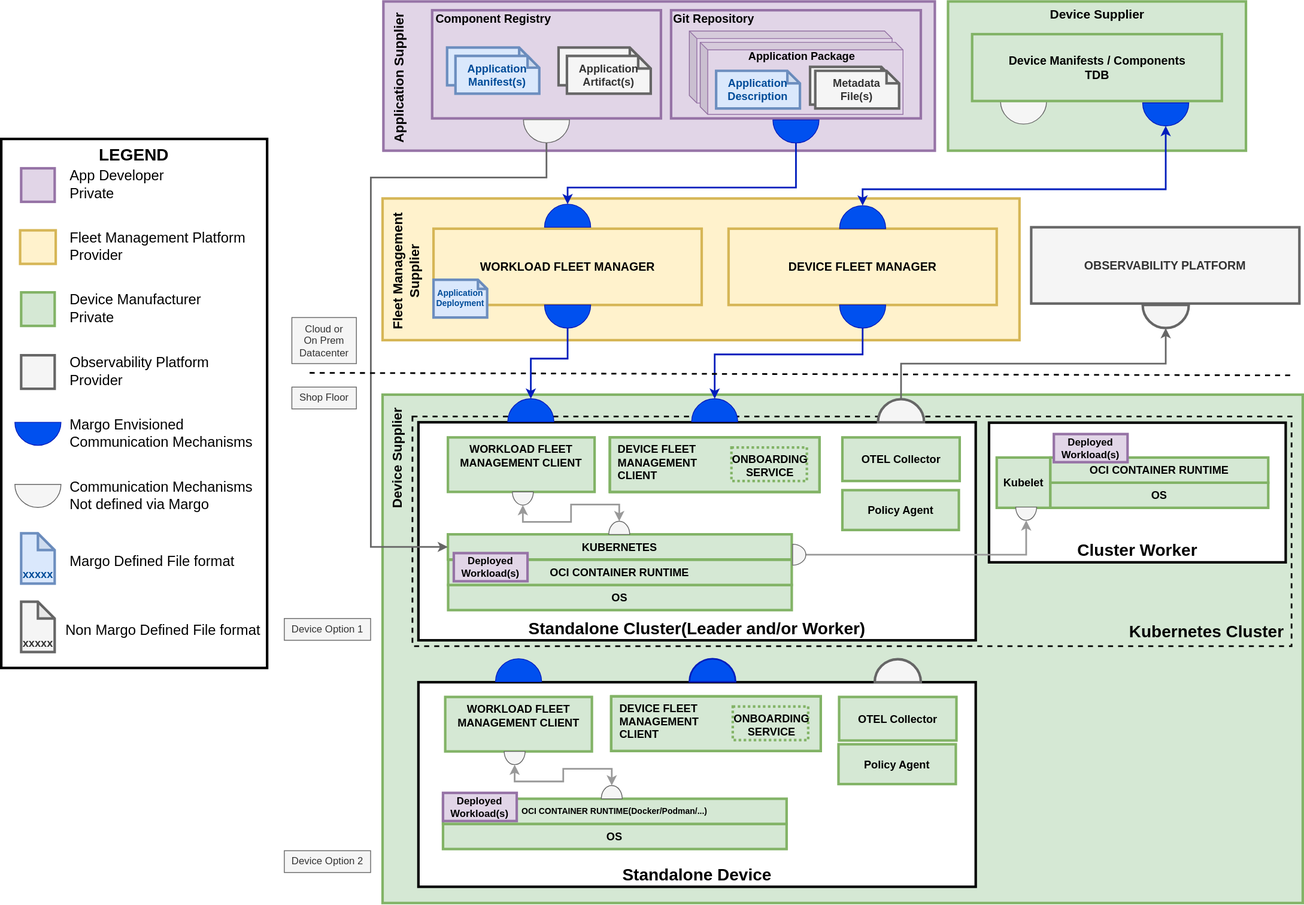
Earlier version of the draw.io export system-design/figures/System-design.drawio.svg (margo/general_website_content). Source tidied: cells renumbered, new cells last; positions are measured from the earlier drawing's top-left corner, leaving out a move shared by most shapes.
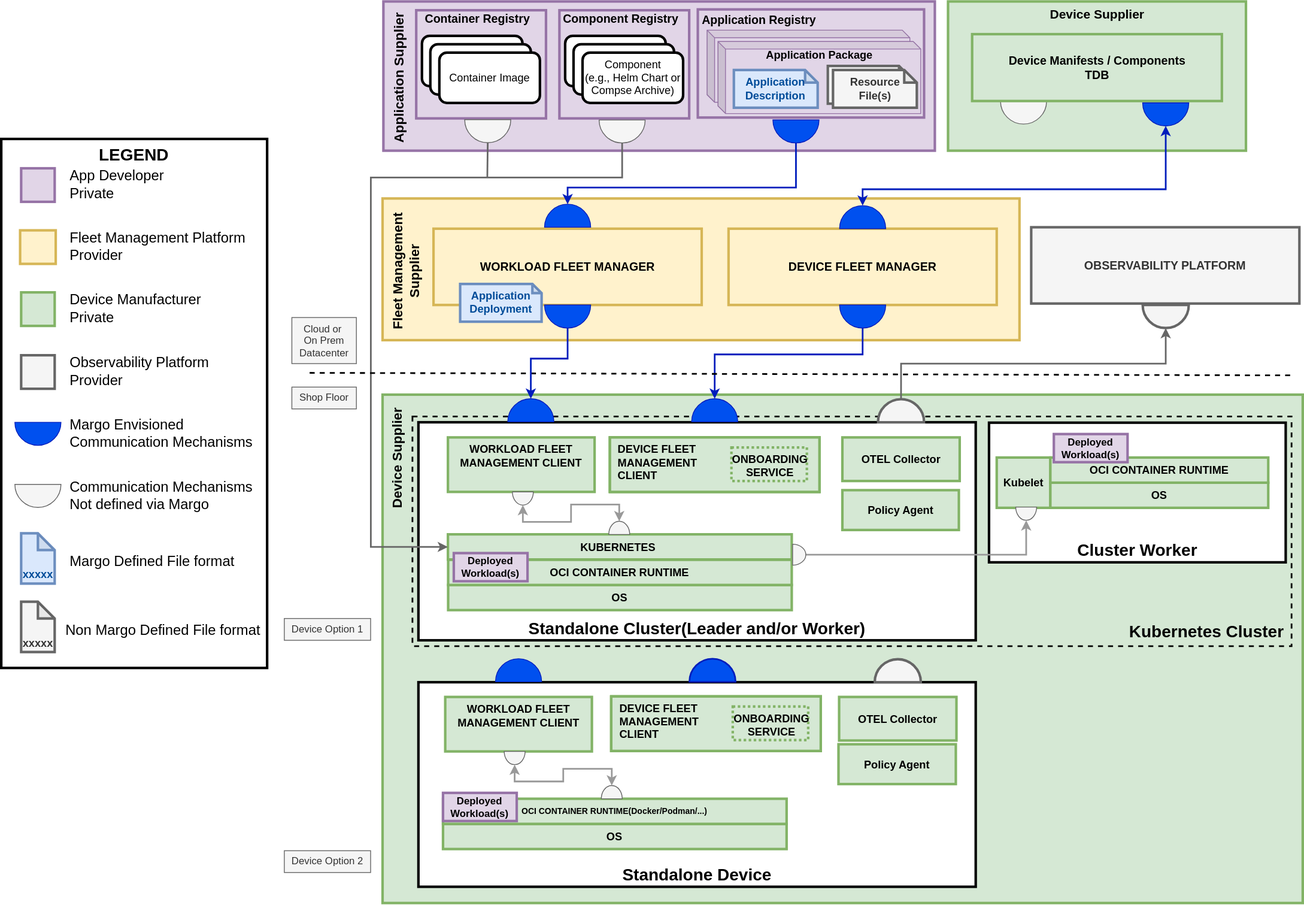
Later version of the same file.

What changed in the source:
```diff
@@ -11,14 +11,8 @@
     <mxCell id="4" style="whiteSpace=wrap;align=center;verticalAlign=top;fontStyle=1;strokeWidth=3;fillColor=#e1d5e7;strokeColor=#9673a6;fontSize=15;rounded=0;fontFamily=Helvetica;" parent="1" vertex="1">
       <mxGeometry x="456" width="658" height="178" as="geometry" />
     </mxCell>
-    <mxCell id="5" style="rounded=0;whiteSpace=wrap;html=1;align=center;fillColor=#e1d5e7;strokeColor=#9673a6;strokeWidth=3;" parent="1" vertex="1">
-      <mxGeometry x="514.2" y="10.5" width="273" height="129" as="geometry" />
-    </mxCell>
-    <mxCell id="6" value="&lt;font style=&quot;font-size: 14px;&quot;&gt;&lt;b&gt;Component Registry&lt;/b&gt;&lt;/font&gt;" style="text;html=1;align=center;verticalAlign=middle;strokeColor=none;fillColor=none;" parent="1" vertex="1">
-      <mxGeometry x="509" y="6" width="156" height="29" as="geometry" />
-    </mxCell>
     <mxCell id="7" style="rounded=0;whiteSpace=wrap;html=1;align=center;fillColor=#e1d5e7;strokeColor=#9673a6;strokeWidth=3;" parent="1" vertex="1">
-      <mxGeometry x="799.3" y="10.5" width="298" height="129" as="geometry" />
+      <mxGeometry x="831.2" y="9.5" width="270" height="129" as="geometry" />
     </mxCell>
     <mxCell id="8" style="rounded=0;whiteSpace=wrap;html=1;fillColor=none;dashed=1;strokeWidth=2;fontStyle=0;" parent="1" vertex="1">
       <mxGeometry x="490.7" y="495" width="1049" height="274" as="geometry" />
@@ -144,7 +138,7 @@
     <mxCell id="45" style="edgeStyle=orthogonalEdgeStyle;rounded=0;jettySize=auto;html=1;strokeColor=#666666;strokeWidth=2;align=center;verticalAlign=middle;fontFamily=Helvetica;fontSize=11;fontColor=default;labelBackgroundColor=default;elbow=horizontal;startArrow=none;startFill=0;endArrow=classic;endFill=1;fillColor=#f5f5f5;exitX=0.5;exitY=1;exitDx=0;exitDy=0;exitPerimeter=0;fontStyle=0;entryX=0;entryY=0.5;entryDx=0;entryDy=0;" parent="1" edge="1" source="49" target="17">
       <mxGeometry relative="1" as="geometry">
         <Array as="points">
-          <mxPoint x="651" y="210" />
+          <mxPoint x="741" y="210" />
           <mxPoint x="441" y="210" />
           <mxPoint x="441" y="651" />
         </Array>
@@ -160,7 +154,7 @@
       <mxGeometry x="1362" y="121" width="55" height="27.5" as="geometry" />
     </mxCell>
     <mxCell id="49" style="verticalLabelPosition=bottom;verticalAlign=top;html=1;shape=mxgraph.basic.half_circle;fillColor=#f5f5f5;rounded=0;fontFamily=Helvetica;fontColor=#333333;strokeColor=#666666;align=center;fontSize=12;fontStyle=0;rotation=0;" parent="1" vertex="1">
-      <mxGeometry x="623.1" y="141" width="55" height="27.5" as="geometry" />
+      <mxGeometry x="713.4" y="141.3" width="55" height="27.5" as="geometry" />
     </mxCell>
     <mxCell id="50" style="edgeStyle=orthogonalEdgeStyle;rounded=0;jettySize=auto;html=1;exitX=0.5;exitY=1;exitDx=0;exitDy=0;exitPerimeter=0;fillColor=#0050ef;strokeColor=#001DBC;strokeWidth=2;startArrow=classic;startFill=1;fontFamily=Helvetica;entryX=0.5;entryY=1;entryDx=0;entryDy=0;entryPerimeter=0;fontStyle=0;" parent="1" edge="1" source="48" target="51">
       <mxGeometry relative="1" as="geometry">
@@ -188,8 +182,8 @@
     <mxCell id="55" value="Shop Floor" style="text;html=1;align=center;verticalAlign=middle;strokeColor=#666666;fillColor=#f5f5f5;fontColor=#333333;fontStyle=0;" parent="1" vertex="1">
       <mxGeometry x="346.8" y="460" width="77" height="26" as="geometry" />
     </mxCell>
-    <mxCell id="56" value="Application&lt;div&gt;Deployment&lt;/div&gt;" style="shape=note;whiteSpace=wrap;html=1;backgroundOutline=1;darkOpacity=0.05;rounded=0;hachureGap=4;fontFamily=Helvetica;fontSize=10;fillColor=#dae8fc;strokeColor=#6c8ebf;fontColor=#004C99;fontStyle=1;verticalAlign=middle;size=11;strokeWidth=3;" parent="1" vertex="1">
-      <mxGeometry x="515.8" y="331.9" width="64" height="45.1" as="geometry" />
+    <mxCell id="56" value="Application&lt;div&gt;Deployment&lt;/div&gt;" style="shape=note;whiteSpace=wrap;html=1;backgroundOutline=1;darkOpacity=0.05;rounded=0;hachureGap=4;fontFamily=Helvetica;fontSize=13;fillColor=#dae8fc;strokeColor=#6c8ebf;fontColor=#004C99;fontStyle=1;verticalAlign=middle;size=11;strokeWidth=3;" parent="1" vertex="1">
+      <mxGeometry x="547.6" y="336.9" width="97.2" height="45.1" as="geometry" />
     </mxCell>
     <mxCell id="57" style="group;fillColor=#d5e8d4;strokeColor=#82b366;rounded=0;strokeWidth=3;align=left;verticalAlign=top;fontFamily=Helvetica;fontSize=13;fontColor=default;fontStyle=1;" parent="1" vertex="1">
       <mxGeometry x="727.9" y="829" width="250" height="65" as="geometry" />
@@ -305,32 +299,26 @@
     <mxCell id="94" value="Deployed&lt;div&gt;Workload(s)&lt;/div&gt;" style="rounded=0;whiteSpace=wrap;html=1;strokeColor=#9673a6;strokeWidth=3;align=center;verticalAlign=middle;fontFamily=Helvetica;fontSize=12;fontColor=default;fontStyle=1;fillColor=#e1d5e7;" parent="1" vertex="1">
       <mxGeometry x="1256" y="516" width="88" height="33.6" as="geometry" />
     </mxCell>
-    <mxCell id="95" value="Application Artifact(s)" style="shape=note;whiteSpace=wrap;html=1;backgroundOutline=1;darkOpacity=0.05;rounded=0;hachureGap=4;fontFamily=Helvetica;fontSize=13;fillColor=#f5f5f5;strokeColor=#666666;fontColor=#333333;fontStyle=1;verticalAlign=middle;size=15;labelBackgroundColor=none;labelBorderColor=none;strokeWidth=3;" parent="1" vertex="1">
-      <mxGeometry x="665" y="55" width="100" height="45" as="geometry" />
-    </mxCell>
-    <mxCell id="96" value="Application Manifest(s)" style="shape=note;whiteSpace=wrap;html=1;backgroundOutline=1;darkOpacity=0.05;rounded=0;hachureGap=4;fontFamily=Helvetica;fontSize=13;fillColor=#dae8fc;strokeColor=#6c8ebf;fontColor=#004C99;fontStyle=1;verticalAlign=middle;size=14;labelBackgroundColor=none;labelBorderColor=none;strokeWidth=3;" parent="1" vertex="1">
-      <mxGeometry x="532" y="55" width="100" height="45" as="geometry" />
-    </mxCell>
-    <mxCell id="97" value="&lt;font style=&quot;font-size: 14px;&quot;&gt;&lt;b&gt;Git Repository&lt;/b&gt;&lt;/font&gt;" style="text;html=1;align=center;verticalAlign=middle;strokeColor=none;fillColor=none;" parent="1" vertex="1">
-      <mxGeometry x="792.6" y="6.2" width="114" height="29" as="geometry" />
+    <mxCell id="97" value="&lt;font style=&quot;font-size: 14px;&quot;&gt;&lt;b&gt;Application Registry&lt;/b&gt;&lt;/font&gt;" style="text;html=1;align=center;verticalAlign=middle;strokeColor=none;fillColor=none;" parent="1" vertex="1">
+      <mxGeometry x="827.2" y="7" width="154" height="29" as="geometry" />
     </mxCell>
     <mxCell id="98" style="shape=cube;whiteSpace=wrap;html=1;boundedLbl=1;backgroundOutline=1;darkOpacity=0.05;darkOpacity2=0.1;size=9;fillColor=#e1d5e7;strokeColor=#9673a6;" parent="1" vertex="1">
-      <mxGeometry x="821" y="35.2" width="242" height="86" as="geometry" />
+      <mxGeometry x="842.2" y="34.2" width="242" height="86" as="geometry" />
     </mxCell>
     <mxCell id="99" style="shape=cube;whiteSpace=wrap;html=1;boundedLbl=1;backgroundOutline=1;darkOpacity=0.05;darkOpacity2=0.1;size=9;fillColor=#e1d5e7;strokeColor=#9673a6;" parent="1" vertex="1">
-      <mxGeometry x="834" y="48.7" width="242" height="86" as="geometry" />
+      <mxGeometry x="855.2" y="47.7" width="242" height="86" as="geometry" />
     </mxCell>
     <mxCell id="100" value="Application Description" style="shape=note;whiteSpace=wrap;html=1;backgroundOutline=1;darkOpacity=0.05;rounded=0;hachureGap=4;fontFamily=Helvetica;fontSize=13;fillColor=#dae8fc;strokeColor=#6c8ebf;fontColor=#004C99;fontStyle=1;verticalAlign=middle;size=15;labelBackgroundColor=none;labelBorderColor=none;strokeWidth=3;" parent="1" vertex="1">
-      <mxGeometry x="853" y="82.7" width="100" height="45" as="geometry" />
+      <mxGeometry x="874.2" y="81.7" width="100" height="45" as="geometry" />
     </mxCell>
     <mxCell id="101" value="Metadata&lt;div&gt;File(s)&lt;/div&gt;" style="shape=note;whiteSpace=wrap;html=1;backgroundOutline=1;darkOpacity=0.05;rounded=0;hachureGap=4;fontFamily=Helvetica;fontSize=13;fillColor=#f5f5f5;strokeColor=#666666;fontColor=#333333;fontStyle=1;verticalAlign=middle;size=15;labelBackgroundColor=none;labelBorderColor=none;strokeWidth=3;" parent="1" vertex="1">
-      <mxGeometry x="965.1" y="78" width="100" height="45" as="geometry" />
+      <mxGeometry x="986.3" y="77" width="100" height="45" as="geometry" />
     </mxCell>
     <mxCell id="102" value="&lt;font style=&quot;font-size: 13px;&quot;&gt;&lt;b style=&quot;&quot;&gt;Application Package&lt;/b&gt;&lt;/font&gt;" style="text;html=1;align=center;verticalAlign=middle;strokeColor=none;fillColor=none;" parent="1" vertex="1">
-      <mxGeometry x="882.5" y="51.5" width="145" height="28" as="geometry" />
+      <mxGeometry x="903.7" y="50.5" width="145" height="28" as="geometry" />
     </mxCell>
-    <mxCell id="103" value="&lt;b&gt;Metadata&lt;/b&gt;&lt;div&gt;&lt;b&gt;File(s)&lt;/b&gt;&lt;/div&gt;" style="shape=note;whiteSpace=wrap;html=1;backgroundOutline=1;darkOpacity=0.05;rounded=0;hachureGap=4;fontFamily=Helvetica;fontSize=13;fillColor=#f5f5f5;strokeColor=#666666;fontColor=#333333;fontStyle=0;verticalAlign=middle;size=15;labelBackgroundColor=none;labelBorderColor=none;strokeWidth=3;" parent="1" vertex="1">
-      <mxGeometry x="971.3" y="82.7" width="100" height="45" as="geometry" />
+    <mxCell id="103" value="&lt;b&gt;Resource&lt;/b&gt;&lt;div&gt;&lt;b&gt;File(s)&lt;/b&gt;&lt;/div&gt;" style="shape=note;whiteSpace=wrap;html=1;backgroundOutline=1;darkOpacity=0.05;rounded=0;hachureGap=4;fontFamily=Helvetica;fontSize=13;fillColor=#f5f5f5;strokeColor=#666666;fontColor=#333333;fontStyle=0;verticalAlign=middle;size=15;labelBackgroundColor=none;labelBorderColor=none;strokeWidth=3;" parent="1" vertex="1">
+      <mxGeometry x="992.5" y="81.7" width="100" height="45" as="geometry" />
     </mxCell>
     <mxCell id="104" value="&lt;font style=&quot;font-size: 16px;&quot;&gt;Fleet Management&lt;/font&gt;&lt;div&gt;&lt;font style=&quot;font-size: 16px;&quot;&gt;Supplier&lt;/font&gt;&lt;/div&gt;" style="text;html=1;align=center;verticalAlign=middle;strokeColor=none;fillColor=none;rotation=-90;fontStyle=1;" parent="1" vertex="1">
       <mxGeometry x="407.2" y="297.5" width="151" height="50" as="geometry" />
@@ -350,12 +338,6 @@
     <mxCell id="109" value="&lt;font style=&quot;font-size: 16px;&quot;&gt;&lt;b&gt;Application Supplier&lt;/b&gt;&lt;/font&gt;" style="text;html=1;align=center;verticalAlign=middle;strokeColor=none;fillColor=none;rotation=-90;" parent="1" vertex="1">
       <mxGeometry x="387.2" y="76" width="174" height="31" as="geometry" />
     </mxCell>
-    <mxCell id="110" value="Application Manifest(s)" style="shape=note;whiteSpace=wrap;html=1;backgroundOutline=1;darkOpacity=0.05;rounded=0;hachureGap=4;fontFamily=Helvetica;fontSize=13;fillColor=#dae8fc;strokeColor=#6c8ebf;fontColor=#004C99;fontStyle=1;verticalAlign=middle;size=14;labelBackgroundColor=none;labelBorderColor=none;strokeWidth=3;" parent="1" vertex="1">
-      <mxGeometry x="542" y="65" width="100" height="45" as="geometry" />
-    </mxCell>
-    <mxCell id="111" value="Application Artifact(s)" style="shape=note;whiteSpace=wrap;html=1;backgroundOutline=1;darkOpacity=0.05;rounded=0;hachureGap=4;fontFamily=Helvetica;fontSize=13;fillColor=#f5f5f5;strokeColor=#666666;fontColor=#333333;fontStyle=1;verticalAlign=middle;size=15;labelBackgroundColor=none;labelBorderColor=none;strokeWidth=3;" parent="1" vertex="1">
-      <mxGeometry x="675" y="65" width="100" height="45" as="geometry" />
-    </mxCell>
     <mxCell id="112" style="edgeStyle=orthogonalEdgeStyle;rounded=0;jettySize=auto;html=1;fillColor=#0050ef;strokeColor=#001DBC;startArrow=none;startFill=0;strokeWidth=2;fontFamily=Helvetica;exitX=0.5;exitY=1;exitDx=0;exitDy=0;exitPerimeter=0;entryX=0.5;entryY=1;entryDx=0;entryDy=0;entryPerimeter=0;align=center;verticalAlign=middle;fontSize=11;fontColor=default;labelBackgroundColor=default;elbow=horizontal;endArrow=classic;fontStyle=0;" parent="1" edge="1" source="52" target="41">
       <mxGeometry relative="1" as="geometry">
         <Array as="points">
@@ -364,5 +346,49 @@
         </Array>
       </mxGeometry>
     </mxCell>
+    <mxCell id="113" style="group;" parent="1" vertex="1">
+      <mxGeometry x="660.9" y="6" width="160" height="133.5" as="geometry" />
+    </mxCell>
+    <mxCell id="5" style="rounded=0;whiteSpace=wrap;html=1;align=center;fillColor=#e1d5e7;strokeColor=#9673a6;strokeWidth=3;" parent="113" vertex="1">
+      <mxGeometry x="5.2" y="4.5" width="154.8" height="129" as="geometry" />
+    </mxCell>
+    <mxCell id="6" value="&lt;font style=&quot;font-size: 14px;&quot;&gt;&lt;b&gt;Component Registry&lt;/b&gt;&lt;/font&gt;" style="text;html=1;align=center;verticalAlign=middle;strokeColor=none;fillColor=none;" parent="113" vertex="1">
+      <mxGeometry width="156" height="29" as="geometry" />
+    </mxCell>
+    <mxCell id="114" style="rounded=1;whiteSpace=wrap;html=1;fontSize=13;strokeWidth=3;" parent="113" vertex="1">
+      <mxGeometry x="12" y="35" width="120" height="60" as="geometry" />
+    </mxCell>
+    <mxCell id="115" style="rounded=1;whiteSpace=wrap;html=1;fontSize=13;strokeWidth=3;" parent="113" vertex="1">
+      <mxGeometry x="22" y="45" width="120" height="60" as="geometry" />
+    </mxCell>
+    <mxCell id="116" value="Component&lt;div&gt;(e.g., Helm Chart or Compse Archive)&lt;/div&gt;" style="rounded=1;whiteSpace=wrap;html=1;fontSize=13;strokeWidth=3;" parent="113" vertex="1">
+      <mxGeometry x="32.8" y="55" width="120" height="60" as="geometry" />
+    </mxCell>
+    <mxCell id="117" style="group;" parent="1" vertex="1">
+      <mxGeometry x="490" y="6" width="160" height="133.5" as="geometry" />
+    </mxCell>
+    <mxCell id="118" style="rounded=0;whiteSpace=wrap;html=1;align=center;fillColor=#e1d5e7;strokeColor=#9673a6;strokeWidth=3;" parent="117" vertex="1">
+      <mxGeometry x="5.2" y="4.5" width="154.8" height="129" as="geometry" />
+    </mxCell>
+    <mxCell id="119" value="&lt;font style=&quot;font-size: 14px;&quot;&gt;&lt;b&gt;Container Registry&lt;/b&gt;&lt;/font&gt;" style="text;html=1;align=center;verticalAlign=middle;strokeColor=none;fillColor=none;" parent="117" vertex="1">
+      <mxGeometry x="3" width="150" height="30" as="geometry" />
+    </mxCell>
+    <mxCell id="120" style="rounded=1;whiteSpace=wrap;html=1;fontSize=13;strokeWidth=3;" parent="117" vertex="1">
+      <mxGeometry x="12" y="35" width="120" height="60" as="geometry" />
+    </mxCell>
+    <mxCell id="121" style="rounded=1;whiteSpace=wrap;html=1;fontSize=13;strokeWidth=3;" parent="117" vertex="1">
+      <mxGeometry x="22" y="45" width="120" height="60" as="geometry" />
+    </mxCell>
+    <mxCell id="122" value="Container Image" style="rounded=1;whiteSpace=wrap;html=1;fontSize=13;strokeWidth=3;" parent="117" vertex="1">
+      <mxGeometry x="32.8" y="55" width="120" height="60" as="geometry" />
+    </mxCell>
+    <mxCell id="123" style="verticalLabelPosition=bottom;verticalAlign=top;html=1;shape=mxgraph.basic.half_circle;fillColor=#f5f5f5;rounded=0;fontFamily=Helvetica;fontColor=#333333;strokeColor=#666666;align=center;fontSize=12;fontStyle=0;rotation=0;" parent="1" vertex="1">
+      <mxGeometry x="553" y="141" width="55" height="27.5" as="geometry" />
+    </mxCell>
+    <mxCell id="124" style="edgeStyle=orthogonalEdgeStyle;rounded=0;jettySize=auto;html=1;strokeColor=#666666;strokeWidth=2;align=center;verticalAlign=middle;fontFamily=Helvetica;fontSize=11;fontColor=default;labelBackgroundColor=default;elbow=horizontal;startArrow=none;startFill=0;endArrow=none;endFill=0;fillColor=#f5f5f5;exitX=0.5;exitY=1;exitDx=0;exitDy=0;exitPerimeter=0;fontStyle=0;" parent="1" edge="1" source="123">
+      <mxGeometry relative="1" as="geometry">
+        <mxPoint x="580" y="209" as="targetPoint" />
+      </mxGeometry>
+    </mxCell>
   </root>
 </mxGraphModel>
```
